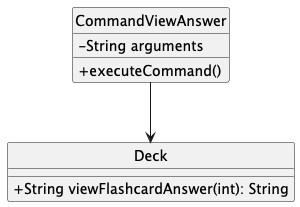
Above: docs/images/ViewAnsClassDiagram.png in felfelyuen/tp (PlantUML), before the change.
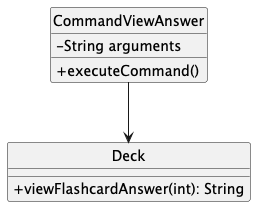
Later version of the same file.

Commit message:
editedn diagrams and added tests for saving and loading

Diff of the diagram source:
```diff
@@ -7,7 +7,7 @@
 }
 
 class Deck {
-  + String viewFlashcardAnswer(int): String
+  + viewFlashcardAnswer(int): String
 }
 
 CommandViewAnswer --> Deck
```
